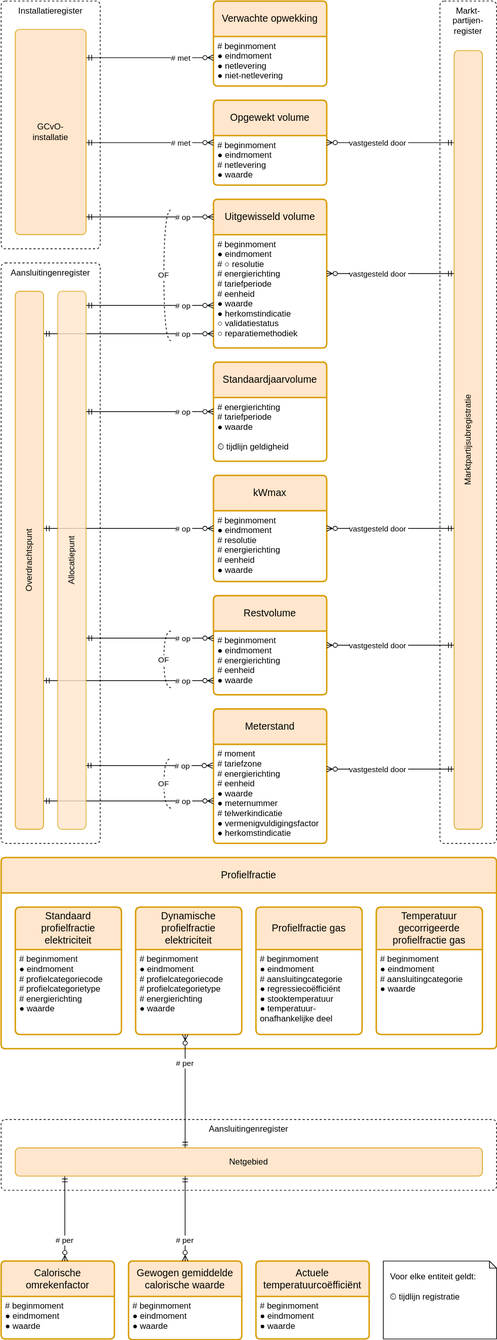
Above: registers/energie-uitwisselingsregister/1.4/energie-uitwisselingsregister.drawio.svg in Netbeheer-Nederland/stelsel (draw.io), before the change. Source tidied: cells renumbered, new cells last; positions are measured from the earlier drawing's top-left corner, leaving out a move shared by most shapes.
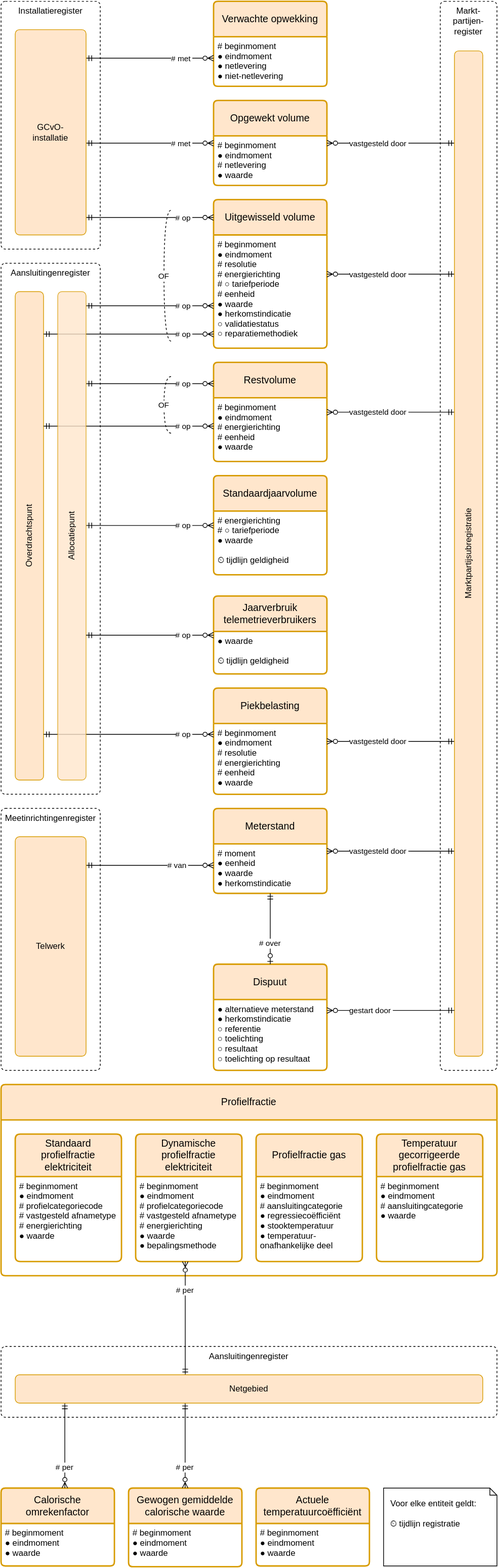
The same file after the commit.

Commit message:
Verwerking commentaar domeinexperts

Change to the diagram source:
```diff
@@ -4,10 +4,19 @@
     <mxCell id="1" parent="0" />
+    <mxCell id="7" value="Meterstand" style="swimlane;horizontal=1;startSize=50;rounded=1;fontSize=14;fontStyle=0;strokeWidth=2;shadow=0;dashed=0;align=center;arcSize=4;fillColor=#ffe6cc;strokeColor=#d79b00;whiteSpace=wrap;" parent="1" vertex="1">
+      <mxGeometry x="300" y="1140" width="160" height="120" as="geometry" />
+    </mxCell>
+    <mxCell id="64" value="# moment&#10;● eenheid&#10;● waarde&#10;● herkomstindicatie" style="align=left;strokeColor=none;fillColor=none;spacingLeft=4;fontSize=12;verticalAlign=top;" parent="7" vertex="1">
+      <mxGeometry y="50" width="160" height="70" as="geometry" />
+    </mxCell>
+    <mxCell id="65" value="Meetinrichtingenregister" style="rounded=1;whiteSpace=wrap;verticalAlign=top;dashed=1;arcSize=12;absoluteArcSize=1;" parent="1" vertex="1">
+      <mxGeometry y="1140" width="140" height="370" as="geometry" />
+    </mxCell>
     <mxCell id="2" value="Aansluitingenregister" style="rounded=1;whiteSpace=wrap;verticalAlign=top;dashed=1;arcSize=12;absoluteArcSize=1;" parent="1" vertex="1">
-      <mxGeometry y="1580" width="700" height="100" as="geometry" />
+      <mxGeometry y="1900" width="700" height="100" as="geometry" />
     </mxCell>
     <mxCell id="3" value="Aansluitingenregister" style="rounded=1;whiteSpace=wrap;verticalAlign=top;dashed=1;arcSize=12;absoluteArcSize=1;" parent="1" vertex="1">
-      <mxGeometry y="370" width="140" height="820" as="geometry" />
+      <mxGeometry y="370" width="140" height="750" as="geometry" />
     </mxCell>
     <mxCell id="4" value="Overdrachtspunt" style="rounded=1;arcSize=12;whiteSpace=wrap;align=center;fillColor=#ffe6cc;strokeColor=#d79b00;spacing=10;absoluteArcSize=1;horizontal=0;" parent="1" vertex="1">
-      <mxGeometry x="20" y="410" width="40" height="760" as="geometry" />
+      <mxGeometry x="20" y="410" width="40" height="690" as="geometry" />
     </mxCell>
@@ -17,10 +26,4 @@
     <mxCell id="6" value="Markt-partijen-register" style="rounded=1;whiteSpace=wrap;verticalAlign=top;dashed=1;arcSize=12;absoluteArcSize=1;spacingLeft=10;spacingRight=10;" parent="1" vertex="1">
-      <mxGeometry x="620" width="80" height="1190" as="geometry" />
+      <mxGeometry x="620" width="80" height="1510" as="geometry" />
     </mxCell>
-    <mxCell id="7" value="Meterstand" style="swimlane;horizontal=1;startSize=50;rounded=1;fontSize=14;fontStyle=0;strokeWidth=2;shadow=0;dashed=0;align=center;arcSize=4;fillColor=#ffe6cc;strokeColor=#d79b00;whiteSpace=wrap;" parent="1" vertex="1">
-      <mxGeometry x="300" y="1000" width="160" height="190" as="geometry" />
-    </mxCell>
-    <mxCell id="8" value="# moment&#10;# tariefzone&#10;# energierichting&#10;# eenheid&#10;● waarde&#10;● meternummer&#10;# telwerkindicatie&#10;● vermenigvuldigingsfactor&#10;● herkomstindicatie" style="align=left;strokeColor=none;fillColor=none;spacingLeft=4;fontSize=12;verticalAlign=top;" parent="7" vertex="1">
-      <mxGeometry y="50" width="160" height="140" as="geometry" />
-    </mxCell>
     <mxCell id="9" value="Uitgewisseld volume" style="swimlane;horizontal=1;startSize=50;rounded=1;fontSize=14;fontStyle=0;strokeWidth=2;shadow=0;dashed=0;align=center;arcSize=4;fillColor=#ffe6cc;strokeColor=#d79b00;whiteSpace=wrap;" parent="1" vertex="1">
@@ -28,13 +31,7 @@
     </mxCell>
-    <mxCell id="10" value="# beginmoment&#10;● eindmoment&#10;# ○ resolutie&#10;# energierichting&#10;# tariefperiode&#10;# eenheid&#10;● waarde&#10;● herkomstindicatie&#10;○ validatiestatus&#10;○ reparatiemethodiek" style="align=left;strokeColor=none;fillColor=none;spacingLeft=4;fontSize=12;verticalAlign=top;" parent="9" vertex="1">
+    <mxCell id="10" value="# beginmoment&#10;● eindmoment&#10;# resolutie&#10;# energierichting&#10;# ○ tariefperiode&#10;# eenheid&#10;● waarde&#10;● herkomstindicatie&#10;○ validatiestatus&#10;○ reparatiemethodiek" style="align=left;strokeColor=none;fillColor=none;spacingLeft=4;fontSize=12;verticalAlign=top;" parent="9" vertex="1">
       <mxGeometry y="50" width="160" height="160" as="geometry" />
     </mxCell>
-    <mxCell id="11" value="# op" style="rounded=0;orthogonalLoop=1;jettySize=auto;endArrow=ERmandOne;endFill=0;startArrow=ERzeroToMany;startFill=0;align=right;edgeStyle=elbowEdgeStyle;elbow=vertical;" parent="1" edge="1">
-      <mxGeometry x="-0.67" relative="1" as="geometry">
-        <mxPoint x="299" y="1080" as="sourcePoint" />
-        <mxPoint x="119" y="1080" as="targetPoint" />
-        <Array as="points">
-          <mxPoint x="209" y="1080" />
-        </Array>
-      </mxGeometry>
+    <mxCell id="11" value="# van" style="rounded=0;jettySize=auto;endArrow=ERmandOne;endFill=0;startArrow=ERzeroToMany;startFill=0;align=right;edgeStyle=elbowEdgeStyle;elbow=vertical;" parent="1" edge="1" source="7" target="70">
+      <mxGeometry x="-0.6" relative="1" as="geometry" />
     </mxCell>
@@ -48,3 +45,3 @@
     <mxCell id="13" value="Restvolume" style="swimlane;horizontal=1;startSize=50;rounded=1;fontSize=14;fontStyle=0;strokeWidth=2;shadow=0;dashed=0;align=center;arcSize=4;fillColor=#ffe6cc;strokeColor=#d79b00;whiteSpace=wrap;" parent="1" vertex="1">
-      <mxGeometry x="300" y="840" width="160" height="140" as="geometry" />
+      <mxGeometry x="300" y="510" width="160" height="140" as="geometry" />
     </mxCell>
@@ -53,4 +50,4 @@
     </mxCell>
-    <mxCell id="15" value="kWmax" style="swimlane;horizontal=1;startSize=50;rounded=1;fontSize=14;fontStyle=0;strokeWidth=2;shadow=0;dashed=0;align=center;arcSize=4;fillColor=#ffe6cc;strokeColor=#d79b00;whiteSpace=wrap;" parent="1" vertex="1">
-      <mxGeometry x="300" y="670" width="160" height="150" as="geometry" />
+    <mxCell id="15" value="Piekbelasting" style="swimlane;horizontal=1;startSize=50;rounded=1;fontSize=14;fontStyle=0;strokeWidth=2;shadow=0;dashed=0;align=center;arcSize=4;fillColor=#ffe6cc;strokeColor=#d79b00;whiteSpace=wrap;" parent="1" vertex="1">
+      <mxGeometry x="300" y="970" width="160" height="150" as="geometry" />
     </mxCell>
@@ -84,3 +81,3 @@
         <Array as="points">
-          <mxPoint x="210" y="900" />
+          <mxPoint x="210" y="540" />
         </Array>
@@ -91,3 +88,3 @@
         <Array as="points">
-          <mxPoint x="170" y="960" />
+          <mxPoint x="220" y="600" />
         </Array>
@@ -96,3 +93,3 @@
     <mxCell id="24" value="Voor elke entiteit geldt:&#10;&#10;⏲ tijdlijn registratie" style="shape=note;whiteSpace=wrap;backgroundOutline=1;darkOpacity=0.05;align=left;size=10;spacing=10;verticalAlign=top;" parent="1" vertex="1">
-      <mxGeometry x="540" y="1780" width="160" height="110" as="geometry" />
+      <mxGeometry x="540" y="2100" width="160" height="110" as="geometry" />
     </mxCell>
@@ -114,9 +111,2 @@
     </mxCell>
-    <mxCell id="29" value="# op" style="rounded=0;jettySize=auto;endArrow=ERmandOne;endFill=0;startArrow=ERzeroToMany;startFill=0;align=right;edgeStyle=elbowEdgeStyle;elbow=vertical;" parent="1" edge="1" source="7" target="4">
-      <mxGeometry x="-0.75" relative="1" as="geometry">
-        <Array as="points">
-          <mxPoint x="190" y="1130" />
-        </Array>
-      </mxGeometry>
-    </mxCell>
     <mxCell id="30" value="# op" style="endArrow=ERmandOne;rounded=0;endFill=0;startArrow=ERzeroToMany;startFill=0;edgeStyle=elbowEdgeStyle;align=right;elbow=vertical;" parent="1" edge="1" source="15" target="4">
@@ -135,7 +125,7 @@
       <mxGeometry relative="1" as="geometry">
-        <mxPoint x="240" y="970" as="sourcePoint" />
-        <mxPoint x="240" y="890" as="targetPoint" />
+        <mxPoint x="240" y="610" as="sourcePoint" />
+        <mxPoint x="240" y="530" as="targetPoint" />
         <Array as="points">
-          <mxPoint x="230" y="970" />
-          <mxPoint x="230" y="890" />
+          <mxPoint x="230" y="610" />
+          <mxPoint x="230" y="530" />
         </Array>
@@ -153,8 +143,8 @@
     <mxCell id="38" value="Marktpartijsubregistratie" style="rounded=1;arcSize=12;whiteSpace=wrap;align=center;fillColor=#ffe6cc;strokeColor=#d79b00;absoluteArcSize=1;horizontal=0;" parent="1" vertex="1">
-      <mxGeometry x="640" y="70" width="40" height="1100" as="geometry" />
+      <mxGeometry x="640" y="70" width="40" height="1420" as="geometry" />
     </mxCell>
     <mxCell id="39" value="Standaardjaarvolume" style="swimlane;horizontal=1;startSize=50;rounded=1;fontSize=14;fontStyle=0;strokeWidth=2;shadow=0;dashed=0;align=center;arcSize=4;fillColor=#ffe6cc;strokeColor=#d79b00;whiteSpace=wrap;" parent="1" vertex="1">
-      <mxGeometry x="300" y="510" width="160" height="140" as="geometry" />
+      <mxGeometry x="300" y="670" width="160" height="140" as="geometry" />
     </mxCell>
-    <mxCell id="40" value="# energierichting&#10;# tariefperiode&#10;● waarde&#10;&#10;⏲ tijdlijn geldigheid" style="align=left;strokeColor=none;fillColor=none;spacingLeft=4;fontSize=12;verticalAlign=top;" parent="39" vertex="1">
+    <mxCell id="40" value="# energierichting&#10;# ○ tariefperiode&#10;● waarde&#10;&#10;⏲ tijdlijn geldigheid" style="align=left;strokeColor=none;fillColor=none;spacingLeft=4;fontSize=12;verticalAlign=top;" parent="39" vertex="1">
       <mxGeometry y="50" width="160" height="90" as="geometry" />
@@ -165,3 +155,3 @@
     <mxCell id="42" value="Profielfractie" style="swimlane;horizontal=1;startSize=50;rounded=1;fontSize=14;fontStyle=0;strokeWidth=2;shadow=0;dashed=0;align=center;arcSize=4;fillColor=#ffe6cc;strokeColor=#d79b00;whiteSpace=wrap;" parent="1" vertex="1">
-      <mxGeometry y="1210" width="700" height="270" as="geometry" />
+      <mxGeometry y="1530" width="700" height="270" as="geometry" />
     </mxCell>
@@ -171,5 +161,5 @@
     <mxCell id="44" value="Dynamische profielfractie elektriciteit" style="swimlane;horizontal=1;startSize=60;rounded=1;fontSize=14;fontStyle=0;strokeWidth=2;shadow=0;dashed=0;align=center;arcSize=4;fillColor=#ffe6cc;strokeColor=#d79b00;whiteSpace=wrap;spacing=10;" parent="1" vertex="1">
-      <mxGeometry x="190" y="1280" width="150" height="180" as="geometry" />
+      <mxGeometry x="190" y="1600" width="150" height="180" as="geometry" />
     </mxCell>
-    <mxCell id="45" value="# beginmoment&#10;● eindmoment&#10;# profielcategoriecode&#10;# profielcategorietype&#10;# energierichting&#10;● waarde" style="align=left;strokeColor=none;fillColor=none;spacingLeft=4;fontSize=12;verticalAlign=top;" parent="44" vertex="1">
+    <mxCell id="45" value="# beginmoment&#10;● eindmoment&#10;# profielcategoriecode&#10;# vastgesteld afnametype&#10;# energierichting&#10;● waarde&#10;● bepalingsmethode" style="align=left;strokeColor=none;fillColor=none;spacingLeft=4;fontSize=12;verticalAlign=top;" parent="44" vertex="1">
       <mxGeometry y="60" width="150" height="120" as="geometry" />
@@ -177,3 +167,3 @@
     <mxCell id="46" value="Profielfractie gas" style="swimlane;horizontal=1;startSize=60;rounded=1;fontSize=14;fontStyle=0;strokeWidth=2;shadow=0;dashed=0;align=center;arcSize=4;fillColor=#ffe6cc;strokeColor=#d79b00;whiteSpace=wrap;spacing=10;" parent="1" vertex="1">
-      <mxGeometry x="360" y="1280" width="150" height="180" as="geometry" />
+      <mxGeometry x="360" y="1600" width="150" height="180" as="geometry" />
     </mxCell>
@@ -185,3 +175,3 @@
         <Array as="points">
-          <mxPoint x="260" y="1550" />
+          <mxPoint x="260" y="1870" />
         </Array>
@@ -190,3 +180,3 @@
     <mxCell id="49" value="Temperatuur gecorrigeerde profielfractie gas" style="swimlane;horizontal=1;startSize=60;rounded=1;fontSize=14;fontStyle=0;strokeWidth=2;shadow=0;dashed=0;align=center;arcSize=4;fillColor=#ffe6cc;strokeColor=#d79b00;whiteSpace=wrap;spacing=10;" parent="1" vertex="1">
-      <mxGeometry x="530" y="1280" width="150" height="180" as="geometry" />
+      <mxGeometry x="530" y="1600" width="150" height="180" as="geometry" />
     </mxCell>
@@ -196,3 +186,3 @@
     <mxCell id="51" value="Calorische omrekenfactor" style="swimlane;horizontal=1;startSize=50;rounded=1;fontSize=14;fontStyle=0;strokeWidth=2;shadow=0;dashed=0;align=center;arcSize=4;fillColor=#ffe6cc;strokeColor=#d79b00;whiteSpace=wrap;" parent="1" vertex="1">
-      <mxGeometry y="1780" width="160" height="110" as="geometry" />
+      <mxGeometry y="2100" width="160" height="110" as="geometry" />
     </mxCell>
@@ -204,3 +194,3 @@
         <Array as="points">
-          <mxPoint x="90" y="1720" />
+          <mxPoint x="90" y="2040" />
         </Array>
@@ -209,3 +199,3 @@
     <mxCell id="54" value="Gewogen gemiddelde calorische waarde" style="swimlane;horizontal=1;startSize=50;rounded=1;fontSize=14;fontStyle=0;strokeWidth=2;shadow=0;dashed=0;align=center;arcSize=4;fillColor=#ffe6cc;strokeColor=#d79b00;whiteSpace=wrap;" parent="1" vertex="1">
-      <mxGeometry x="180" y="1780" width="160" height="111" as="geometry" />
+      <mxGeometry x="180" y="2100" width="160" height="111" as="geometry" />
     </mxCell>
@@ -218,5 +208,5 @@
     <mxCell id="57" value="Standaard profielfractie elektriciteit" style="swimlane;horizontal=1;startSize=60;rounded=1;fontSize=14;fontStyle=0;strokeWidth=2;shadow=0;dashed=0;align=center;arcSize=4;fillColor=#ffe6cc;strokeColor=#d79b00;whiteSpace=wrap;spacing=10;" parent="1" vertex="1">
-      <mxGeometry x="20" y="1280" width="150" height="180" as="geometry" />
+      <mxGeometry x="20" y="1600" width="150" height="180" as="geometry" />
     </mxCell>
-    <mxCell id="58" value="# beginmoment&#10;● eindmoment&#10;# profielcategoriecode&#10;# profielcategorietype&#10;# energierichting&#10;● waarde" style="align=left;strokeColor=none;fillColor=none;spacingLeft=4;fontSize=12;verticalAlign=top;" parent="57" vertex="1">
+    <mxCell id="58" value="# beginmoment&#10;● eindmoment&#10;# profielcategoriecode&#10;# vastgesteld afnametype&#10;# energierichting&#10;● waarde" style="align=left;strokeColor=none;fillColor=none;spacingLeft=4;fontSize=12;verticalAlign=top;" parent="57" vertex="1">
       <mxGeometry y="60" width="150" height="120" as="geometry" />
@@ -224,3 +214,3 @@
     <mxCell id="59" value="Actuele temperatuurcoëfficiënt" style="swimlane;horizontal=1;startSize=50;rounded=1;fontSize=14;fontStyle=0;strokeWidth=2;shadow=0;dashed=0;align=center;arcSize=4;fillColor=#ffe6cc;strokeColor=#d79b00;whiteSpace=wrap;" parent="1" vertex="1">
-      <mxGeometry x="360" y="1780" width="160" height="110" as="geometry" />
+      <mxGeometry x="360" y="2100" width="160" height="110" as="geometry" />
     </mxCell>
@@ -230,17 +220,31 @@
     <mxCell id="61" value="Netgebied" style="rounded=1;arcSize=12;whiteSpace=wrap;align=center;fillColor=#ffe6cc;strokeColor=#d79b00;absoluteArcSize=1;" parent="1" vertex="1">
-      <mxGeometry x="20" y="1620" width="660" height="40" as="geometry" />
+      <mxGeometry x="20" y="1940" width="660" height="40" as="geometry" />
     </mxCell>
     <mxCell id="62" value="Allocatiepunt" style="rounded=1;arcSize=12;whiteSpace=wrap;align=center;fillColor=#ffe6cc;strokeColor=#d79b00;opacity=80;spacing=10;absoluteArcSize=1;horizontal=0;" parent="1" vertex="1">
-      <mxGeometry x="80" y="410" width="40" height="760" as="geometry" />
+      <mxGeometry x="80" y="410" width="40" height="690" as="geometry" />
     </mxCell>
-    <mxCell id="63" value="OF" style="endArrow=none;dashed=1;rounded=0;edgeStyle=orthogonalEdgeStyle;curved=1;" parent="1" edge="1">
-      <mxGeometry relative="1" as="geometry">
-        <mxPoint x="240" y="1140" as="sourcePoint" />
-        <mxPoint x="240" y="1070" as="targetPoint" />
-        <Array as="points">
-          <mxPoint x="230" y="1140" />
-          <mxPoint x="230" y="1070" />
-        </Array>
-      </mxGeometry>
-    </mxCell>
+    <mxCell id="66" value="Dispuut" style="swimlane;horizontal=1;startSize=50;rounded=1;fontSize=14;fontStyle=0;strokeWidth=2;shadow=0;dashed=0;align=center;arcSize=4;fillColor=#ffe6cc;strokeColor=#d79b00;whiteSpace=wrap;" parent="1" vertex="1">
+      <mxGeometry x="300" y="1360" width="160" height="150" as="geometry" />
+    </mxCell>
+    <mxCell id="67" value="● alternatieve meterstand&#10;● herkomstindicatie&#10;○ referentie&#10;○ toelichting&#10;○ resultaat&#10;○ toelichting op resultaat" style="align=left;strokeColor=none;fillColor=none;spacingLeft=4;fontSize=12;verticalAlign=top;" parent="66" vertex="1">
+      <mxGeometry y="50" width="160" height="100" as="geometry" />
+    </mxCell>
+    <mxCell id="68" value="# over" style="rounded=0;jettySize=auto;endArrow=ERmandOne;endFill=0;startArrow=ERzeroToOne;startFill=0;align=center;edgeStyle=elbowEdgeStyle;elbow=vertical;" parent="1" edge="1" source="66" target="7">
+      <mxGeometry x="-0.4" relative="1" as="geometry" />
+    </mxCell>
+    <mxCell id="69" value="gestart door" style="endArrow=ERzeroToMany;rounded=0;startArrow=ERmandOne;startFill=0;endFill=0;edgeStyle=elbowEdgeStyle;align=left;verticalAlign=middle;elbow=vertical;" parent="1" edge="1" source="38" target="66">
+      <mxGeometry x="0.67" relative="1" as="geometry" />
+    </mxCell>
+    <mxCell id="70" value="Telwerk" style="rounded=1;arcSize=12;whiteSpace=wrap;align=center;fillColor=#ffe6cc;strokeColor=#d79b00;spacing=10;absoluteArcSize=1;horizontal=1;" parent="1" vertex="1">
+      <mxGeometry x="20" y="1180" width="100" height="310" as="geometry" />
+    </mxCell>
+    <mxCell id="71" value="Jaarverbruik telemetrieverbruikers" style="swimlane;horizontal=1;startSize=50;rounded=1;fontSize=14;fontStyle=0;strokeWidth=2;shadow=0;dashed=0;align=center;arcSize=4;fillColor=#ffe6cc;strokeColor=#d79b00;whiteSpace=wrap;" parent="1" vertex="1">
+      <mxGeometry x="300" y="840" width="160" height="110" as="geometry" />
+    </mxCell>
+    <mxCell id="72" value="● waarde&#10;&#10;⏲ tijdlijn geldigheid" style="align=left;strokeColor=none;fillColor=none;spacingLeft=4;fontSize=12;verticalAlign=top;" parent="71" vertex="1">
+      <mxGeometry y="50" width="160" height="60" as="geometry" />
+    </mxCell>
+    <mxCell id="29" value="# op" style="rounded=0;jettySize=auto;endArrow=ERmandOne;endFill=0;startArrow=ERzeroToMany;startFill=0;align=right;edgeStyle=elbowEdgeStyle;elbow=vertical;" parent="1" edge="1" source="71" target="62">
+      <mxGeometry x="-0.67" relative="1" as="geometry" />
+    </mxCell>
   </root>
```
